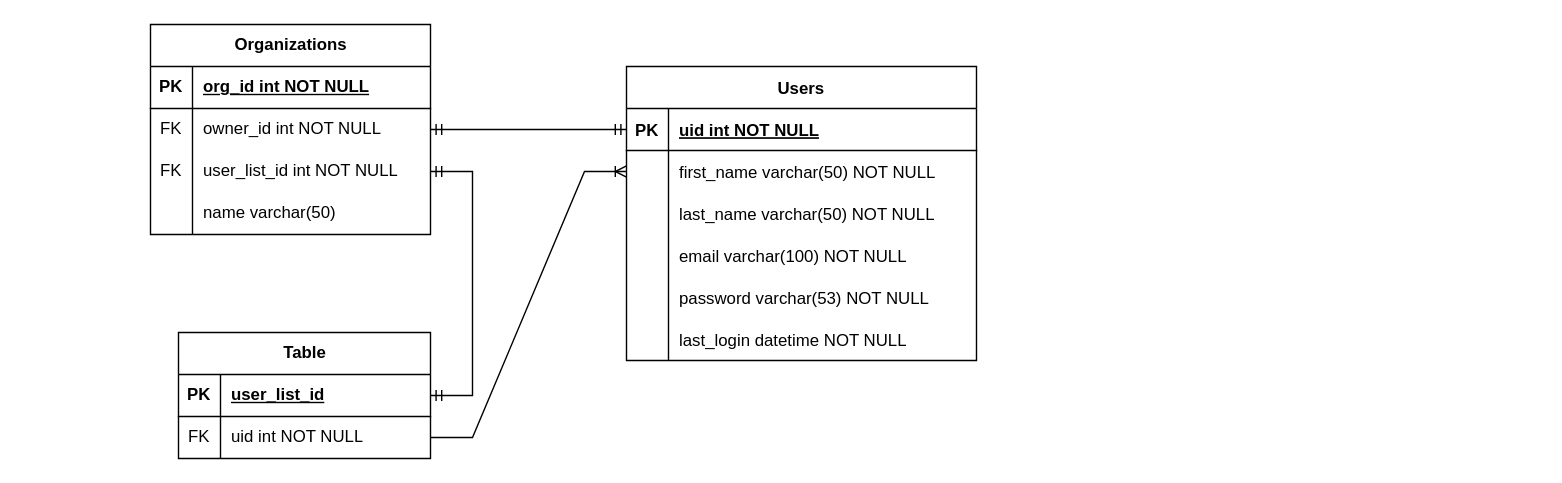
The draw.io diagram .diagrams/ERD_hindsite.drawio in Bilgecrank/hindsite, before the edit. Source tidied: cells renumbered, new cells numbered last; positions are measured from the earlier drawing's top-left corner, leaving out a move shared by most shapes. Both pictures are drawn from the tidied source at 140%, with x=0, y=0 at pixel (150, 24).
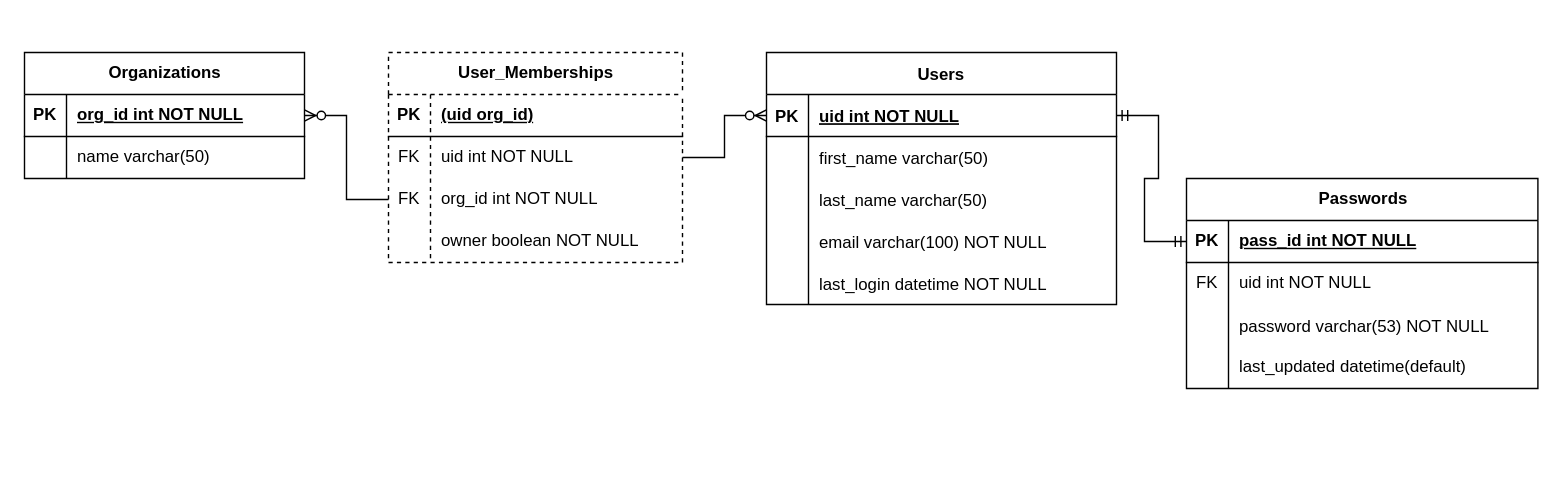
The same page after the edit.

Unchanged cells that the change refers to:
```xml
<mxCell id="3" style="shape=partialRectangle;fillColor=none;points=[[0,0.5],[1,0.5]];portConstraint=eastwest;top=0;left=0;right=0;bottom=1;" parent="2" vertex="1">
  <mxGeometry y="30" width="250" height="30" as="geometry" />
</mxCell>
<mxCell id="6" style="shape=partialRectangle;fillColor=none;points=[[0,0.5],[1,0.5]];portConstraint=eastwest;top=0;left=0;right=0;bottom=0;" parent="2" vertex="1">
  <mxGeometry y="60" width="250" height="30" as="geometry" />
</mxCell>
<mxCell id="9" style="shape=partialRectangle;fillColor=none;top=0;left=0;right=0;bottom=0;" parent="2" vertex="1">
  <mxGeometry y="90" width="250" height="30" as="geometry" />
</mxCell>
<mxCell id="22" style="shape=tableRow;horizontal=0;startSize=0;swimlaneHead=0;swimlaneBody=0;fillColor=none;points=[[0,0.5],[1,0.5]];portConstraint=eastwest;top=0;left=0;right=0;bottom=1;" parent="21" vertex="1">
  <mxGeometry y="30" width="200" height="30" as="geometry" />
</mxCell>
```

Diff of the diagram source:
```diff
@@
     <mxCell id="2" value="Users" style="shape=table;startSize=30;childLayout=tableLayout;rowLines=0;fontStyle=1;align=center;" parent="1" vertex="1">
-      <mxGeometry x="340" y="30" width="250" height="210" as="geometry" />
+      <mxGeometry x="440" y="20" width="250" height="180" as="geometry" />
     </mxCell>
@@
-    <mxCell id="8" value="first_name varchar(50) NOT NULL" style="shape=partialRectangle;overflow=hidden;fillColor=none;top=0;left=0;bottom=0;right=0;align=left;spacingLeft=6;" parent="6" vertex="1">
+    <mxCell id="8" value="first_name varchar(50) " style="shape=partialRectangle;overflow=hidden;fillColor=none;top=0;left=0;bottom=0;right=0;align=left;spacingLeft=6;" parent="6" vertex="1">
       <mxGeometry x="30" width="220" height="30" as="geometry" />
     </mxCell>
@@
-    <mxCell id="11" value="last_name varchar(50) NOT NULL" style="shape=partialRectangle;overflow=hidden;fillColor=none;top=0;left=0;bottom=0;right=0;align=left;spacingLeft=6;" parent="9" vertex="1">
+    <mxCell id="11" value="last_name varchar(50)" style="shape=partialRectangle;overflow=hidden;fillColor=none;top=0;left=0;bottom=0;right=0;align=left;spacingLeft=6;" parent="9" vertex="1">
       <mxGeometry x="30" width="220" height="30" as="geometry" />
     </mxCell>
@@
-    <mxCell id="15" style="shape=partialRectangle;fillColor=none;top=0;left=0;right=0;bottom=0;" parent="2" vertex="1">
-      <mxGeometry y="150" width="250" height="30" as="geometry" />
-    </mxCell>
-    <mxCell id="16" style="shape=partialRectangle;overflow=hidden;fillColor=none;top=0;left=0;bottom=0;right=0;" parent="15" vertex="1">
-      <mxGeometry width="30" height="30" as="geometry" />
-    </mxCell>
-    <mxCell id="17" value="password varchar(53) NOT NULL" style="shape=partialRectangle;overflow=hidden;fillColor=none;top=0;left=0;bottom=0;right=0;align=left;spacingLeft=6;" parent="15" vertex="1">
-      <mxGeometry x="30" width="220" height="30" as="geometry" />
-    </mxCell>
     <mxCell id="18" style="shape=partialRectangle;fillColor=none;top=0;left=0;right=0;bottom=0;" parent="2" vertex="1">
-      <mxGeometry y="180" width="250" height="30" as="geometry" />
+      <mxGeometry y="150" width="250" height="30" as="geometry" />
     </mxCell>
@@
     <mxCell id="21" value="Organizations" style="shape=table;startSize=30;childLayout=tableLayout;rowLines=0;fontStyle=1;align=center;html=1;" parent="1" vertex="1">
-      <mxGeometry width="200" height="150" as="geometry" />
+      <mxGeometry x="-90" y="20" width="200" height="90" as="geometry" />
     </mxCell>
@@
-    <mxCell id="25" style="shape=tableRow;horizontal=0;startSize=0;swimlaneHead=0;swimlaneBody=0;fillColor=none;points=[[0,0.5],[1,0.5]];portConstraint=eastwest;top=0;left=0;right=0;bottom=0;" parent="21" vertex="1">
-      <mxGeometry y="60" width="200" height="30" as="geometry" />
-    </mxCell>
-    <mxCell id="26" value="FK" style="shape=partialRectangle;fillColor=none;top=0;left=0;bottom=0;right=0;overflow=hidden;whiteSpace=wrap;html=1;" parent="25" vertex="1">
-      <mxGeometry width="30" height="30" as="geometry" />
-    </mxCell>
-    <mxCell id="27" value="owner_id int NOT NULL" style="shape=partialRectangle;fillColor=none;top=0;left=0;bottom=0;right=0;align=left;spacingLeft=6;overflow=hidden;whiteSpace=wrap;html=1;" parent="25" vertex="1">
-      <mxGeometry x="30" width="170" height="30" as="geometry" />
-    </mxCell>
-    <mxCell id="28" style="shape=tableRow;horizontal=0;startSize=0;swimlaneHead=0;swimlaneBody=0;fillColor=none;points=[[0,0.5],[1,0.5]];portConstraint=eastwest;top=0;left=0;right=0;bottom=0;" parent="21" vertex="1">
-      <mxGeometry y="90" width="200" height="30" as="geometry" />
-    </mxCell>
-    <mxCell id="29" value="FK" style="shape=partialRectangle;fillColor=none;top=0;left=0;bottom=0;right=0;overflow=hidden;whiteSpace=wrap;html=1;" parent="28" vertex="1">
-      <mxGeometry width="30" height="30" as="geometry" />
-    </mxCell>
-    <mxCell id="30" value="user_list_id int NOT NULL" style="shape=partialRectangle;fillColor=none;top=0;left=0;bottom=0;right=0;align=left;spacingLeft=6;overflow=hidden;whiteSpace=wrap;html=1;" parent="28" vertex="1">
-      <mxGeometry x="30" width="170" height="30" as="geometry" />
-    </mxCell>
     <mxCell id="31" style="shape=tableRow;horizontal=0;startSize=0;swimlaneHead=0;swimlaneBody=0;fillColor=none;top=0;left=0;right=0;bottom=0;" parent="21" vertex="1">
-      <mxGeometry y="120" width="200" height="30" as="geometry" />
+      <mxGeometry y="60" width="200" height="30" as="geometry" />
     </mxCell>
@@
-    <mxCell id="34" style="edgeStyle=entityRelationEdgeStyle;fontSize=12;html=1;endArrow=ERmandOne;startArrow=ERmandOne;rounded=0;entryX=0;entryY=0.5;entryDx=0;entryDy=0;exitX=1;exitY=0.5;exitDx=0;exitDy=0;" parent="1" edge="1" source="25" target="3">
-      <mxGeometry relative="1" as="geometry" />
-    </mxCell>
-    <mxCell id="35" value="Table" style="shape=table;startSize=30;childLayout=tableLayout;rowLines=0;fontStyle=1;align=center;html=1;" parent="1" vertex="1">
-      <mxGeometry x="20" y="220" width="180" height="90" as="geometry" />
+    <mxCell id="35" value="User_Memberships" style="shape=table;startSize=30;childLayout=tableLayout;rowLines=0;fontStyle=1;align=center;html=1;dashed=1;" parent="1" vertex="1">
+      <mxGeometry x="170" y="20" width="210" height="150" as="geometry" />
     </mxCell>
-    <mxCell id="36" style="shape=tableRow;horizontal=0;startSize=0;swimlaneHead=0;swimlaneBody=0;fillColor=none;points=[[0,0.5],[1,0.5]];portConstraint=eastwest;top=0;left=0;right=0;bottom=1;" parent="35" vertex="1">
-      <mxGeometry y="30" width="180" height="30" as="geometry" />
-    </mxCell>
-    <mxCell id="37" value="PK" style="shape=partialRectangle;fillColor=none;top=0;left=0;bottom=0;right=0;fontStyle=1;overflow=hidden;whiteSpace=wrap;html=1;" parent="36" vertex="1">
-      <mxGeometry width="30" height="30" as="geometry" />
-    </mxCell>
-    <mxCell id="38" value="user_list_id" style="shape=partialRectangle;fillColor=none;top=0;left=0;bottom=0;right=0;align=left;spacingLeft=6;fontStyle=5;overflow=hidden;whiteSpace=wrap;html=1;" parent="36" vertex="1">
-      <mxGeometry x="30" width="150" height="30" as="geometry" />
-    </mxCell>
+    <mxCell id="44" style="shape=tableRow;horizontal=0;startSize=0;swimlaneHead=0;swimlaneBody=0;fillColor=none;top=0;left=0;right=0;bottom=1;" parent="35" vertex="1">
+      <mxGeometry y="30" width="210" height="30" as="geometry" />
+    </mxCell>
+    <mxCell id="45" value="PK" style="shape=partialRectangle;fillColor=none;top=0;left=0;bottom=0;right=0;fontStyle=1;overflow=hidden;whiteSpace=wrap;html=1;" parent="44" vertex="1">
+      <mxGeometry width="30" height="30" as="geometry" />
+    </mxCell>
+    <mxCell id="46" value="(uid org_id)" style="shape=partialRectangle;fillColor=none;top=0;left=0;bottom=0;right=0;align=left;spacingLeft=6;fontStyle=5;overflow=hidden;whiteSpace=wrap;html=1;" parent="44" vertex="1">
+      <mxGeometry x="30" width="180" height="30" as="geometry" />
+    </mxCell>
+    <mxCell id="47" style="shape=tableRow;horizontal=0;startSize=0;swimlaneHead=0;swimlaneBody=0;fillColor=none;points=[[0,0.5],[1,0.5]];portConstraint=eastwest;top=0;left=0;right=0;bottom=0;" parent="35" vertex="1">
+      <mxGeometry y="60" width="210" height="30" as="geometry" />
+    </mxCell>
+    <mxCell id="48" value="FK" style="shape=partialRectangle;fillColor=none;top=0;left=0;bottom=0;right=0;overflow=hidden;whiteSpace=wrap;html=1;" parent="47" vertex="1">
+      <mxGeometry width="30" height="30" as="geometry" />
+    </mxCell>
+    <mxCell id="49" value="uid int NOT NULL" style="shape=partialRectangle;fillColor=none;top=0;left=0;bottom=0;right=0;align=left;spacingLeft=6;overflow=hidden;whiteSpace=wrap;html=1;" parent="47" vertex="1">
+      <mxGeometry x="30" width="180" height="30" as="geometry" />
+    </mxCell>
+    <mxCell id="50" style="shape=tableRow;horizontal=0;startSize=0;swimlaneHead=0;swimlaneBody=0;fillColor=none;points=[[0,0.5],[1,0.5]];portConstraint=eastwest;top=0;left=0;right=0;bottom=0;" parent="35" vertex="1">
+      <mxGeometry y="90" width="210" height="30" as="geometry" />
+    </mxCell>
+    <mxCell id="51" value="FK" style="shape=partialRectangle;fillColor=none;top=0;left=0;bottom=0;right=0;overflow=hidden;whiteSpace=wrap;html=1;" parent="50" vertex="1">
+      <mxGeometry width="30" height="30" as="geometry" />
+    </mxCell>
+    <mxCell id="52" value="org_id int NOT NULL" style="shape=partialRectangle;fillColor=none;top=0;left=0;bottom=0;right=0;align=left;spacingLeft=6;overflow=hidden;whiteSpace=wrap;html=1;" parent="50" vertex="1">
+      <mxGeometry x="30" width="180" height="30" as="geometry" />
+    </mxCell>
     <mxCell id="39" style="shape=tableRow;horizontal=0;startSize=0;swimlaneHead=0;swimlaneBody=0;fillColor=none;points=[[0,0.5],[1,0.5]];portConstraint=eastwest;top=0;left=0;right=0;bottom=0;" parent="35" vertex="1">
-      <mxGeometry y="60" width="180" height="30" as="geometry" />
+      <mxGeometry y="120" width="210" height="30" as="geometry" />
     </mxCell>
-    <mxCell id="40" value="FK" style="shape=partialRectangle;fillColor=none;top=0;left=0;bottom=0;right=0;overflow=hidden;whiteSpace=wrap;html=1;" parent="39" vertex="1">
+    <mxCell id="40" style="shape=partialRectangle;fillColor=none;top=0;left=0;bottom=0;right=0;overflow=hidden;whiteSpace=wrap;html=1;" parent="39" vertex="1">
       <mxGeometry width="30" height="30" as="geometry" />
     </mxCell>
-    <mxCell id="41" value="uid int NOT NULL" style="shape=partialRectangle;fillColor=none;top=0;left=0;bottom=0;right=0;align=left;spacingLeft=6;overflow=hidden;whiteSpace=wrap;html=1;" parent="39" vertex="1">
-      <mxGeometry x="30" width="150" height="30" as="geometry" />
+    <mxCell id="41" value="owner boolean NOT NULL" style="shape=partialRectangle;fillColor=none;top=0;left=0;bottom=0;right=0;align=left;spacingLeft=6;overflow=hidden;whiteSpace=wrap;html=1;" parent="39" vertex="1">
+      <mxGeometry x="30" width="180" height="30" as="geometry" />
     </mxCell>
-    <mxCell id="42" style="edgeStyle=entityRelationEdgeStyle;fontSize=12;html=1;endArrow=ERmandOne;startArrow=ERmandOne;rounded=0;exitX=1;exitY=0.5;exitDx=0;exitDy=0;entryX=1;entryY=0.5;entryDx=0;entryDy=0;" parent="1" edge="1" source="28" target="36">
-      <mxGeometry relative="1" as="geometry">
-        <Array as="points">
-          <mxPoint x="210" y="110" />
-        </Array>
-      </mxGeometry>
-    </mxCell>
-    <mxCell id="43" style="edgeStyle=entityRelationEdgeStyle;fontSize=12;html=1;endArrow=ERoneToMany;rounded=0;exitX=1;exitY=0.5;exitDx=0;exitDy=0;entryX=0;entryY=0.5;entryDx=0;entryDy=0;" parent="1" edge="1" source="39" target="6">
-      <mxGeometry relative="1" as="geometry">
-        <Array as="points">
-          <mxPoint x="250" y="290" />
-          <mxPoint x="290" y="210" />
-        </Array>
-      </mxGeometry>
-    </mxCell>
+    <mxCell id="53" style="edgeStyle=entityRelationEdgeStyle;fontSize=12;html=1;endArrow=ERzeroToMany;endFill=1;rounded=0;exitX=1;exitY=0.5;exitDx=0;exitDy=0;entryX=0;entryY=0.5;entryDx=0;entryDy=0;" parent="1" edge="1" source="47" target="3">
+      <mxGeometry relative="1" as="geometry" />
+    </mxCell>
+    <mxCell id="54" style="edgeStyle=entityRelationEdgeStyle;fontSize=12;html=1;endArrow=ERzeroToMany;endFill=1;rounded=0;" parent="1" edge="1" source="50" target="22">
+      <mxGeometry relative="1" as="geometry" />
+    </mxCell>
+    <mxCell id="55" value="Passwords" style="shape=table;startSize=30;childLayout=tableLayout;rowLines=0;fontStyle=1;align=center;html=1;" parent="1" vertex="1">
+      <mxGeometry x="740" y="110" width="251" height="150" as="geometry" />
+    </mxCell>
+    <mxCell id="56" style="shape=tableRow;horizontal=0;startSize=0;swimlaneHead=0;swimlaneBody=0;fillColor=none;points=[[0,0.5],[1,0.5]];portConstraint=eastwest;top=0;left=0;right=0;bottom=1;" parent="55" vertex="1">
+      <mxGeometry y="30" width="251" height="30" as="geometry" />
+    </mxCell>
+    <mxCell id="57" value="PK" style="shape=partialRectangle;fillColor=none;top=0;left=0;bottom=0;right=0;fontStyle=1;overflow=hidden;whiteSpace=wrap;html=1;" parent="56" vertex="1">
+      <mxGeometry width="30" height="30" as="geometry" />
+    </mxCell>
+    <mxCell id="58" value="pass_id int NOT NULL" style="shape=partialRectangle;fillColor=none;top=0;left=0;bottom=0;right=0;align=left;spacingLeft=6;fontStyle=5;overflow=hidden;whiteSpace=wrap;html=1;" parent="56" vertex="1">
+      <mxGeometry x="30" width="221" height="30" as="geometry" />
+    </mxCell>
+    <mxCell id="59" style="shape=tableRow;horizontal=0;startSize=0;swimlaneHead=0;swimlaneBody=0;fillColor=none;top=0;left=0;right=0;bottom=0;" parent="55" vertex="1">
+      <mxGeometry y="60" width="251" height="30" as="geometry" />
+    </mxCell>
+    <mxCell id="60" value="FK" style="shape=partialRectangle;fillColor=none;top=0;left=0;bottom=0;right=0;overflow=hidden;whiteSpace=wrap;html=1;" parent="59" vertex="1">
+      <mxGeometry width="30" height="30" as="geometry" />
+    </mxCell>
+    <mxCell id="61" value="uid int NOT NULL" style="shape=partialRectangle;fillColor=none;top=0;left=0;bottom=0;right=0;align=left;spacingLeft=6;overflow=hidden;whiteSpace=wrap;html=1;" parent="59" vertex="1">
+      <mxGeometry x="30" width="221" height="30" as="geometry" />
+    </mxCell>
+    <mxCell id="15" style="shape=partialRectangle;fillColor=none;top=0;left=0;right=0;bottom=0;" parent="55" vertex="1">
+      <mxGeometry y="90" width="251" height="30" as="geometry" />
+    </mxCell>
+    <mxCell id="16" style="shape=partialRectangle;overflow=hidden;fillColor=none;top=0;left=0;bottom=0;right=0;" parent="15" vertex="1">
+      <mxGeometry width="30" height="30" as="geometry" />
+    </mxCell>
+    <mxCell id="17" value="password varchar(53) NOT NULL" style="shape=partialRectangle;overflow=hidden;fillColor=none;top=0;left=0;bottom=0;right=0;align=left;spacingLeft=6;" parent="15" vertex="1">
+      <mxGeometry x="30" width="221" height="30" as="geometry" />
+    </mxCell>
+    <mxCell id="62" style="shape=tableRow;horizontal=0;startSize=0;swimlaneHead=0;swimlaneBody=0;fillColor=none;top=0;left=0;right=0;bottom=0;" parent="55" vertex="1">
+      <mxGeometry y="120" width="251" height="30" as="geometry" />
+    </mxCell>
+    <mxCell id="63" style="shape=partialRectangle;fillColor=none;top=0;left=0;bottom=0;right=0;overflow=hidden;whiteSpace=wrap;html=1;" parent="62" vertex="1">
+      <mxGeometry width="30" height="30" as="geometry" />
+    </mxCell>
+    <mxCell id="64" value="last_updated datetime(default)" style="shape=partialRectangle;fillColor=none;top=0;left=0;bottom=0;right=0;align=left;spacingLeft=6;overflow=hidden;whiteSpace=wrap;html=1;" parent="62" vertex="1">
+      <mxGeometry x="30" width="221" height="30" as="geometry" />
+    </mxCell>
+    <mxCell id="65" style="edgeStyle=entityRelationEdgeStyle;fontSize=12;html=1;endArrow=ERmandOne;startArrow=ERmandOne;rounded=0;entryX=0;entryY=0.5;entryDx=0;entryDy=0;exitX=1;exitY=0.5;exitDx=0;exitDy=0;" parent="1" edge="1" source="3" target="56">
+      <mxGeometry relative="1" as="geometry" />
+    </mxCell>
```
